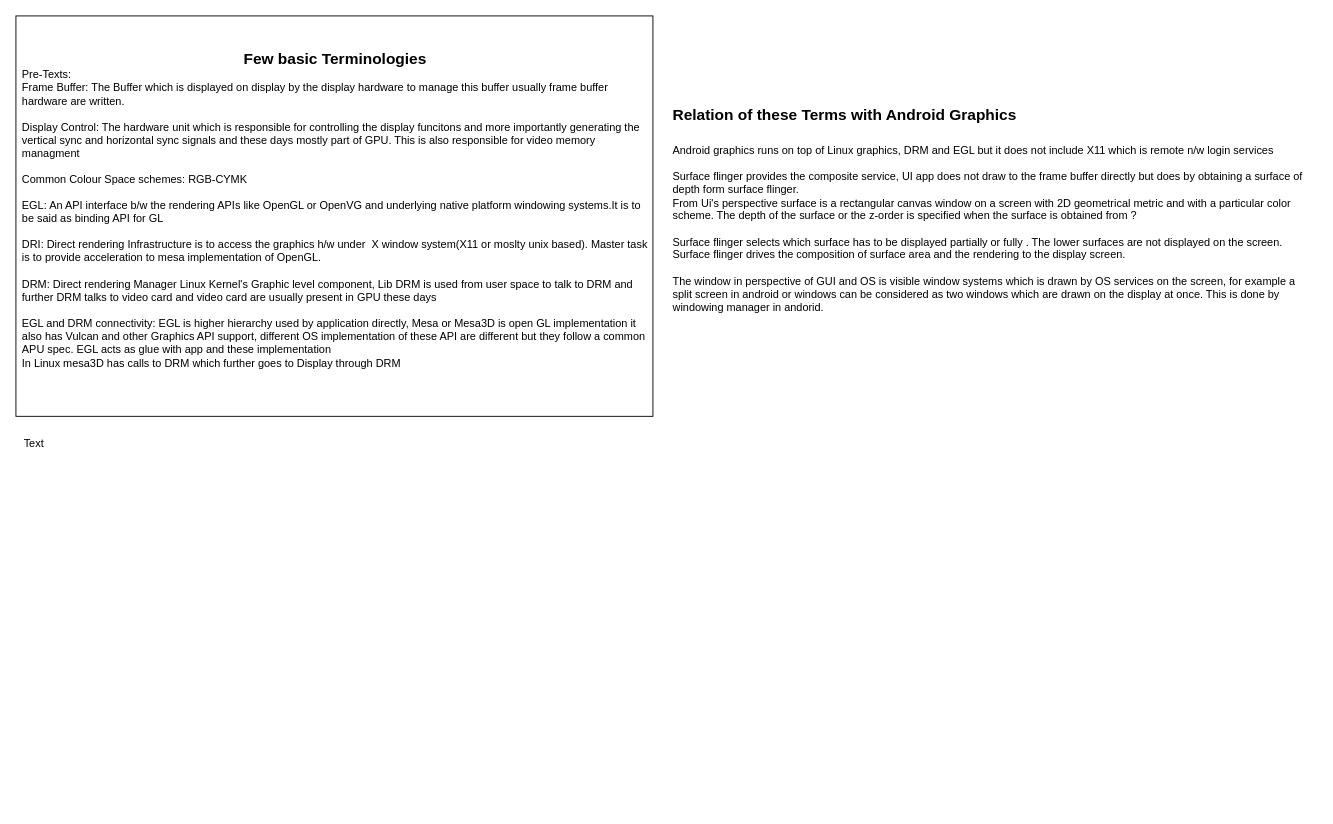
This is Untitled Diagram.drawio from wire-mistry/AOSP_Gaphics, a draw.io file, before an edit. Source tidied: cells renumbered, new cells numbered last; positions are measured from the earlier drawing's top-left corner, leaving out a move shared by most shapes. Both pictures are drawn from the tidied source at 91%, with x=0, y=0 at pixel (15, 15).
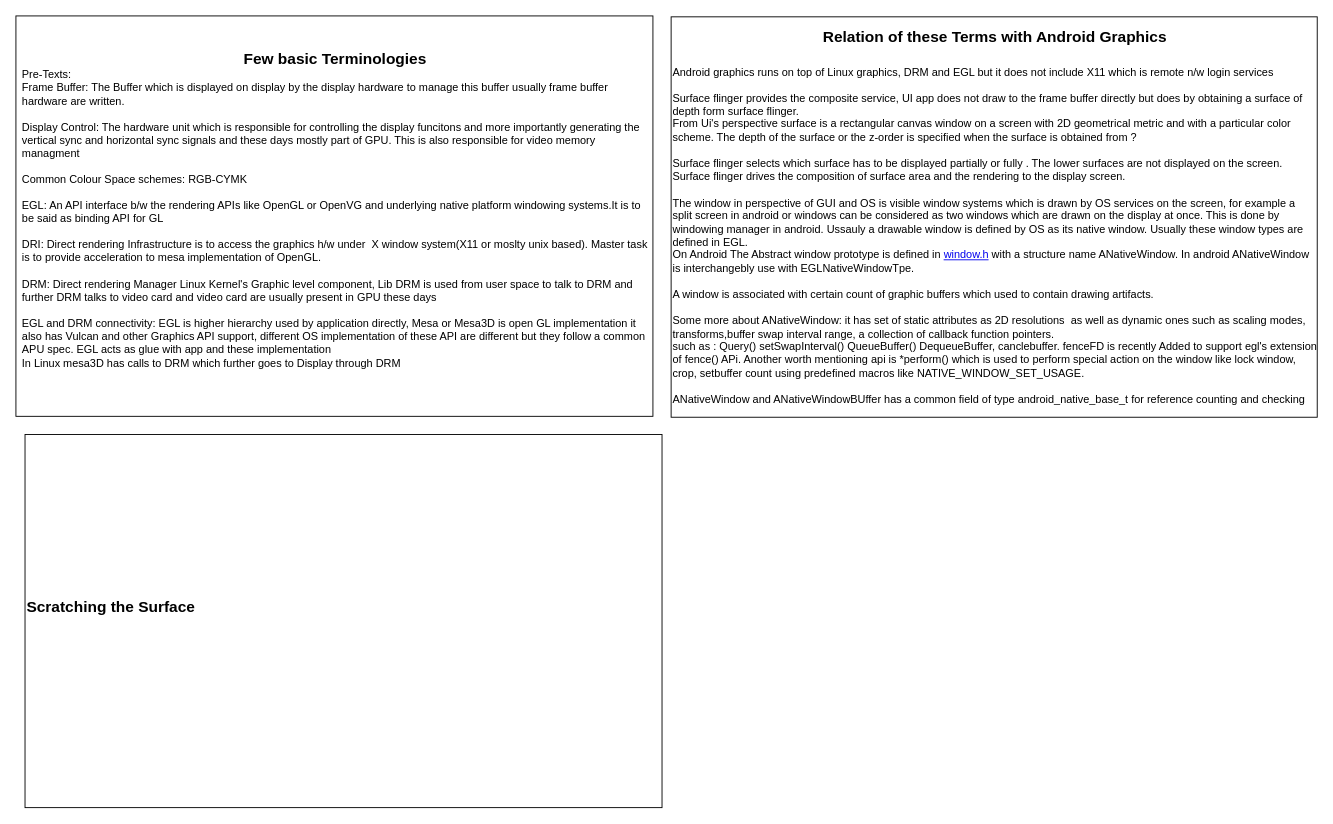
The same diagram, later.

Change to the diagram source:
```diff
@@
 <mxGraphModel>
   <root>
     <mxCell id="0" />
     <mxCell id="1" parent="0" />
     <mxCell id="2" value="&lt;div style=&quot;text-align: center&quot;&gt;&lt;font style=&quot;font-size: 17px&quot;&gt;&lt;b&gt;Few basic Terminologies&lt;/b&gt;&lt;/font&gt;&lt;/div&gt;Pre-Texts:&amp;nbsp;&lt;br&gt;Frame Buffer: The Buffer which is displayed on display by the display hardware to manage this buffer usually frame buffer hardware are written.&lt;br&gt;&lt;br&gt;Display Control: The hardware unit which is responsible for controlling the display funcitons and more importantly generating the vertical sync and horizontal sync signals and these days mostly part of GPU. This is also responsible for video memory managment&lt;br&gt;&lt;br&gt;Common Colour Space schemes: RGB-CYMK&lt;br&gt;&lt;br&gt;EGL: An API interface b/w the rendering APIs like OpenGL or OpenVG and underlying native platform windowing systems.It is to be said as binding API for GL&lt;br&gt;&lt;br&gt;DRI: Direct rendering Infrastructure&amp;nbsp;is to access the graphics h/w under&amp;nbsp; X window system(X11 or moslty unix based). Master task is to provide acceleration to mesa implementation of OpenGL.&lt;br&gt;&lt;br&gt;DRM: Direct rendering Manager Linux Kernel's Graphic level component, Lib DRM is used from user space to talk to DRM and further DRM talks to video card and video card are usually present in GPU these days&lt;br&gt;&lt;br&gt;EGL and DRM connectivity: EGL is higher hierarchy used by application directly, Mesa or Mesa3D is open GL implementation it also has Vulcan and other Graphics API support, different OS implementation of these API are different but they follow a common APU spec. EGL acts as glue with app and these implementation&lt;br&gt;In Linux mesa3D has calls to DRM which further goes to Display through DRM&lt;br&gt;&lt;br&gt;" style="text;html=1;strokeColor=#000000;fillColor=none;align=left;verticalAlign=middle;whiteSpace=wrap;rounded=0;strokeWidth=1;spacingLeft=5;spacingBottom=0;spacingRight=5;" parent="1" vertex="1">
       <mxGeometry width="700" height="440" as="geometry" />
     </mxCell>
-    <mxCell id="3" value="Text" style="text;html=1;strokeColor=none;fillColor=none;align=center;verticalAlign=middle;whiteSpace=wrap;rounded=0;" parent="1" vertex="1">
-      <mxGeometry y="460" width="40" height="20" as="geometry" />
+    <mxCell id="3" value="&lt;div&gt;&lt;span style=&quot;font-size: 17px&quot;&gt;&lt;b&gt;Scratching the Surface&lt;/b&gt;&lt;/span&gt;&lt;/div&gt;&lt;div&gt;&lt;br&gt;&lt;/div&gt;&lt;div&gt;&lt;br&gt;&lt;/div&gt;" style="text;html=1;strokeColor=#000000;fillColor=none;align=left;verticalAlign=middle;whiteSpace=wrap;rounded=0;" parent="1" vertex="1">
+      <mxGeometry x="10" y="460" width="700" height="410" as="geometry" />
     </mxCell>
-    <mxCell id="4" value="&lt;div&gt;&lt;b style=&quot;font-size: 17px&quot;&gt;Relation of these Terms with Android Graphics&lt;/b&gt;&lt;/div&gt;&lt;div&gt;&lt;b style=&quot;font-size: 17px&quot;&gt;&lt;br&gt;&lt;/b&gt;&lt;/div&gt;&lt;div&gt;&lt;font style=&quot;font-size: 12px&quot;&gt;Android graphics runs on top of Linux&amp;nbsp;graphics, DRM and EGL but it does not include X11 which is remote n/w login services&lt;/font&gt;&lt;/div&gt;&lt;div&gt;&lt;font style=&quot;font-size: 12px&quot;&gt;&lt;br&gt;&lt;/font&gt;&lt;/div&gt;&lt;div&gt;&lt;font style=&quot;font-size: 12px&quot;&gt;Surface flinger provides the composite service, UI app does not draw to the frame buffer directly but does by obtaining a surface of depth form surface flinger.&lt;/font&gt;&lt;/div&gt;&lt;div&gt;&lt;font style=&quot;font-size: 12px&quot;&gt;From Ui's perspective surface is a rectangular canvas window on a screen with 2D geometrical metric and with a particular color scheme. The depth of the surface or the z-order is specified when the surface is obtained from ?&lt;/font&gt;&lt;/div&gt;&lt;div&gt;&lt;font style=&quot;font-size: 12px&quot;&gt;&lt;br&gt;&lt;/font&gt;&lt;/div&gt;&lt;div&gt;&lt;font style=&quot;font-size: 12px&quot;&gt;Surface flinger selects which surface has to be displayed partially or fully . The lower surfaces are not displayed on the screen. Surface flinger drives the composition of surface area and the rendering to the display screen.&lt;/font&gt;&lt;/div&gt;&lt;div&gt;&lt;font style=&quot;font-size: 12px&quot;&gt;&lt;br&gt;&lt;/font&gt;&lt;/div&gt;&lt;div&gt;&lt;font style=&quot;font-size: 12px&quot;&gt;The window in perspective of GUI and OS is visible window systems which is drawn by OS services on the screen, for example a split screen in android or windows can be considered as two windows which are drawn on the display at once. This is done by windowing manager in andorid.&lt;/font&gt;&lt;/div&gt;&lt;div&gt;&lt;font style=&quot;font-size: 12px&quot;&gt;&lt;br&gt;&lt;/font&gt;&lt;/div&gt;" style="text;html=1;strokeColor=none;fillColor=none;align=left;verticalAlign=middle;whiteSpace=wrap;rounded=0;" parent="1" vertex="1">
+    <mxCell id="4" value="&lt;div style=&quot;text-align: center&quot;&gt;&lt;b style=&quot;font-size: 17px&quot;&gt;Relation of these Terms with Android Graphics&lt;/b&gt;&lt;/div&gt;&lt;div&gt;&lt;b style=&quot;font-size: 17px&quot;&gt;&lt;br&gt;&lt;/b&gt;&lt;/div&gt;&lt;div&gt;&lt;font style=&quot;font-size: 12px&quot;&gt;Android graphics runs on top of Linux&amp;nbsp;graphics, DRM and EGL but it does not include X11 which is remote n/w login services&lt;/font&gt;&lt;/div&gt;&lt;div&gt;&lt;font style=&quot;font-size: 12px&quot;&gt;&lt;br&gt;&lt;/font&gt;&lt;/div&gt;&lt;div&gt;&lt;font style=&quot;font-size: 12px&quot;&gt;Surface flinger provides the composite service, UI app does not draw to the frame buffer directly but does by obtaining a surface of depth form surface flinger.&lt;/font&gt;&lt;/div&gt;&lt;div&gt;&lt;font style=&quot;font-size: 12px&quot;&gt;From Ui's perspective surface is a rectangular canvas window on a screen with 2D geometrical metric and with a particular color scheme. The depth of the surface or the z-order is specified when the surface is obtained from ?&lt;/font&gt;&lt;/div&gt;&lt;div&gt;&lt;font style=&quot;font-size: 12px&quot;&gt;&lt;br&gt;&lt;/font&gt;&lt;/div&gt;&lt;div&gt;&lt;font style=&quot;font-size: 12px&quot;&gt;Surface flinger selects which surface has to be displayed partially or fully . The lower surfaces are not displayed on the screen. Surface flinger drives the composition of surface area and the rendering to the display screen.&lt;/font&gt;&lt;/div&gt;&lt;div&gt;&lt;font style=&quot;font-size: 12px&quot;&gt;&lt;br&gt;&lt;/font&gt;&lt;/div&gt;&lt;div&gt;&lt;font style=&quot;font-size: 12px&quot;&gt;The window in perspective of GUI and OS is visible window systems which is drawn by OS services on the screen, for example a split screen in android or windows can be considered as two windows which are drawn on the display at once. This is done by windowing manager in android. Ussauly a drawable window is defined by OS as its native window. Usually these window types are defined in EGL.&lt;/font&gt;&lt;/div&gt;&lt;div&gt;&lt;font style=&quot;font-size: 12px&quot;&gt;On Android The Abstract window prototype is defined in &lt;a href=&quot;https://android.googlesource.com/platform/system/core/+/7cd3e0a3a2f9b104cd6c04f699ae62c4577787e2/include/system/window.h&quot;&gt;window.h&lt;/a&gt;&amp;nbsp;with a structure name ANativeWindow. In android ANativeWindow is interchangebly use with EGLNativeWindowTpe.&lt;/font&gt;&lt;/div&gt;&lt;div&gt;&lt;font style=&quot;font-size: 12px&quot;&gt;&lt;br&gt;&lt;/font&gt;&lt;/div&gt;&lt;div&gt;&lt;font style=&quot;font-size: 12px&quot;&gt;A window is associated with certain count of graphic buffers which used to contain drawing artifacts.&lt;/font&gt;&lt;/div&gt;&lt;div&gt;&lt;font style=&quot;font-size: 12px&quot;&gt;&lt;br&gt;&lt;/font&gt;&lt;/div&gt;&lt;div&gt;&lt;font style=&quot;font-size: 12px&quot;&gt;Some more about ANativeWindow: it has set of static attributes as 2D resolutions&amp;nbsp; as well as dynamic ones such as scaling modes, transforms,buffer swap interval range, a collection of callback function pointers.&lt;/font&gt;&lt;/div&gt;&lt;div&gt;&lt;font style=&quot;font-size: 12px&quot;&gt;such as : Query() setSwapInterval() QueueBuffer() DequeueBuffer, canclebuffer. fenceFD is recently Added to support egl's extension of fence() APi. Another worth mentioning api is *perform() which is used to perform special action on the window like lock window, crop, setbuffer count using predefined macros like NATIVE_WINDOW_SET_USAGE.&lt;/font&gt;&lt;/div&gt;&lt;div&gt;&lt;font style=&quot;font-size: 12px&quot;&gt;&lt;br&gt;&lt;/font&gt;&lt;/div&gt;&lt;div&gt;&lt;font style=&quot;font-size: 12px&quot;&gt;ANativeWindow and ANativeWindowBUffer has a common field of type android_native_base_t for reference counting and checking&lt;/font&gt;&lt;/div&gt;" style="text;html=1;strokeColor=#000000;fillColor=none;align=left;verticalAlign=middle;whiteSpace=wrap;rounded=0;" parent="1" vertex="1">
       <mxGeometry x="720" y="1" width="710" height="440" as="geometry" />
     </mxCell>
   </root>
 </mxGraphModel>
```
